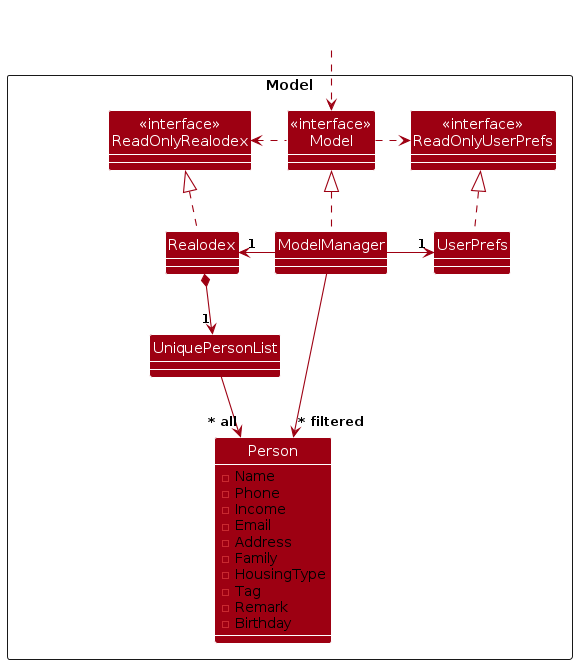
Before: diagrams/ModelClassUpdated.png, a diagram exported from PlantUML (AY2324S2-CS2103T-W10-1/tp). Its source is kept beside it as diagrams/ModelClassUpdated.puml.
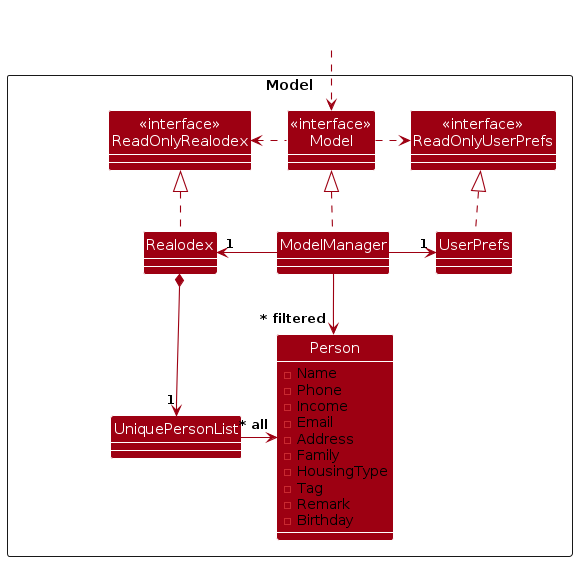
Later version of the same file.

Diff of the diagram source:
```diff
@@ -43,7 +43,7 @@
 UserPrefs .up.|> ReadOnlyUserPrefs
 
 Realodex *--> "1" UniquePersonList
-UniquePersonList --> "~* all" Person
+UniquePersonList -left-> "   ~* all" Person
 
-ModelManager --> "~* filtered" Person
+ModelManager --> "    ~* filtered " Person
 @enduml
```
